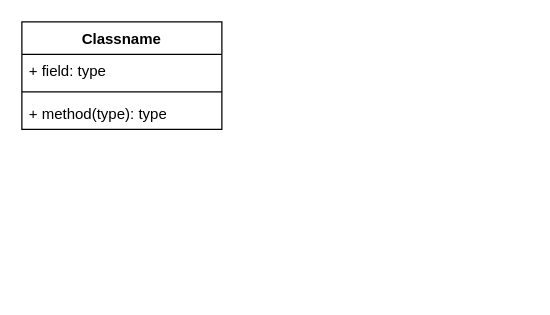
This is Untitled Diagram.drawio from RodinaMohamed04/Lab6, a draw.io file, before an edit. Source tidied: cells renumbered, new cells numbered last; positions are measured from the earlier drawing's top-left corner, leaving out a move shared by most shapes. Both pictures are drawn from the tidied source at 125%, with x=0, y=0 at pixel (21, 21).
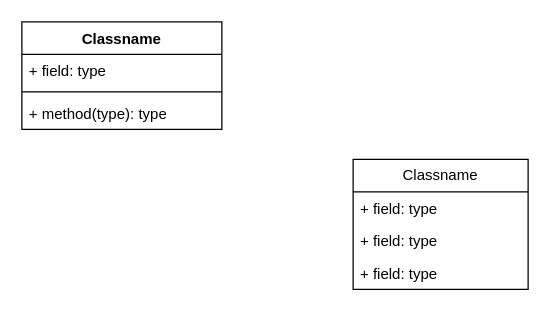
The same page after the edit.

What changed in the source:
```diff
@@
 <mxGraphModel>
   <root>
     <mxCell id="0" />
     <mxCell id="1" parent="0" />
     <mxCell id="2" value="Classname" style="swimlane;fontStyle=1;align=center;verticalAlign=top;horizontal=1;startSize=26;whiteSpace=wrap;html=1;" parent="1" vertex="1">
       <mxGeometry width="160" height="86" as="geometry" />
     </mxCell>
     <mxCell id="3" value="+ field: type" style="text;strokeColor=none;fillColor=none;align=left;verticalAlign=top;spacingLeft=4;spacingRight=4;overflow=hidden;whiteSpace=wrap;html=1;" parent="2" vertex="1">
       <mxGeometry y="26" width="160" height="26" as="geometry" />
     </mxCell>
     <mxCell id="4" style="line;strokeWidth=1;fillColor=none;align=left;verticalAlign=middle;spacingTop=-1;spacingLeft=3;spacingRight=3;labelPosition=right;strokeColor=inherit;" parent="2" vertex="1">
       <mxGeometry y="52" width="160" height="8" as="geometry" />
     </mxCell>
     <mxCell id="5" value="+ method(type): type" style="text;strokeColor=none;fillColor=none;align=left;verticalAlign=top;spacingLeft=4;spacingRight=4;overflow=hidden;whiteSpace=wrap;html=1;" parent="2" vertex="1">
       <mxGeometry y="60" width="160" height="26" as="geometry" />
     </mxCell>
+    <mxCell id="6" value="Classname" style="swimlane;fontStyle=0;horizontal=1;startSize=26;fillColor=none;whiteSpace=wrap;html=1;" parent="1" vertex="1">
+      <mxGeometry x="265" y="110" width="140" height="104" as="geometry" />
+    </mxCell>
+    <mxCell id="7" value="+ field: type" style="text;strokeColor=none;fillColor=none;align=left;verticalAlign=top;spacingLeft=4;spacingRight=4;overflow=hidden;whiteSpace=wrap;html=1;" parent="6" vertex="1">
+      <mxGeometry y="26" width="140" height="26" as="geometry" />
+    </mxCell>
+    <mxCell id="8" value="+ field: type" style="text;strokeColor=none;fillColor=none;align=left;verticalAlign=top;spacingLeft=4;spacingRight=4;overflow=hidden;whiteSpace=wrap;html=1;" parent="6" vertex="1">
+      <mxGeometry y="52" width="140" height="26" as="geometry" />
+    </mxCell>
+    <mxCell id="9" value="+ field: type" style="text;strokeColor=none;fillColor=none;align=left;verticalAlign=top;spacingLeft=4;spacingRight=4;overflow=hidden;whiteSpace=wrap;html=1;" parent="6" vertex="1">
+      <mxGeometry y="78" width="140" height="26" as="geometry" />
+    </mxCell>
   </root>
 </mxGraphModel>
```
